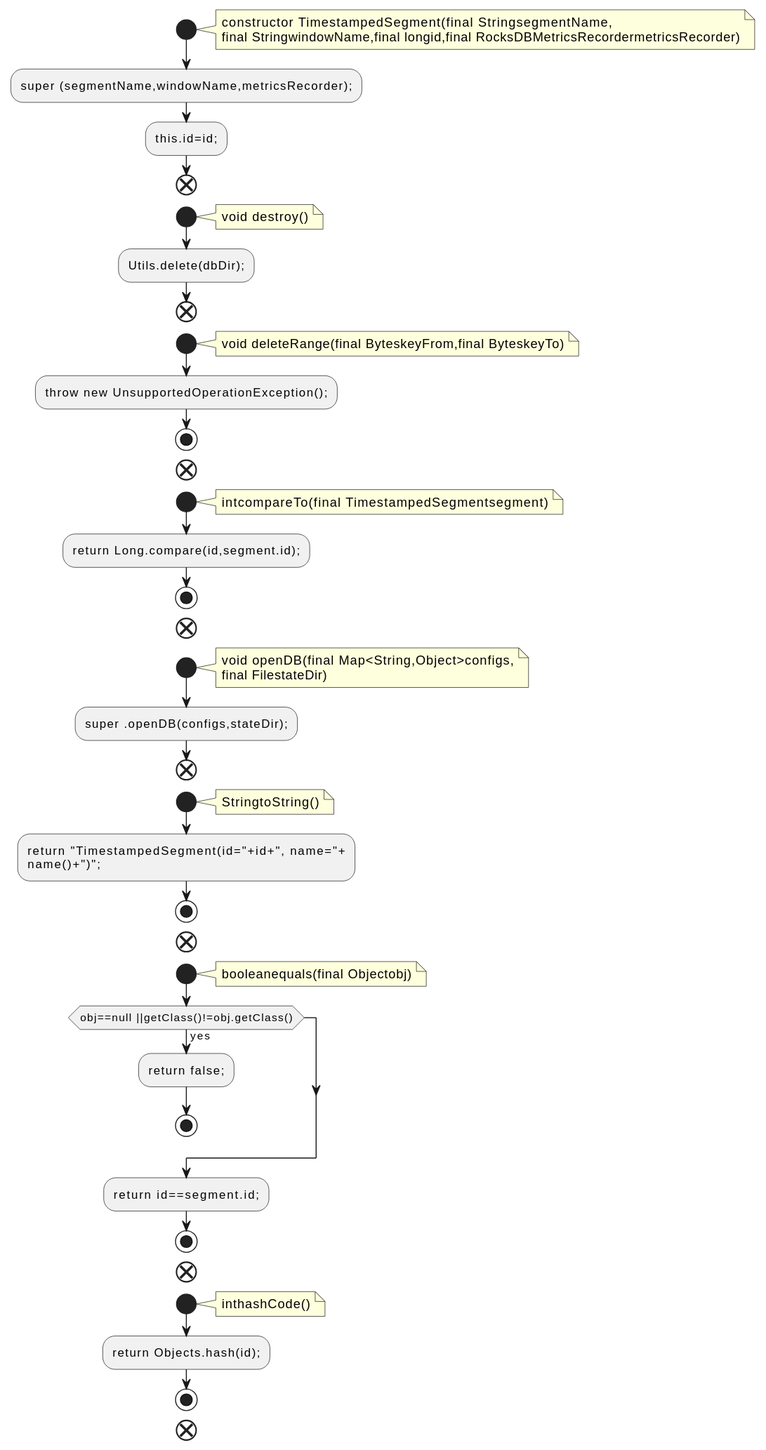
The PlantUML diagram docs/qc/streams/src/main/java/org/apache/kafka/streams/state/internals/TimestampedSegment.java.fct.svg in qualitesys/kafka, before a commit.
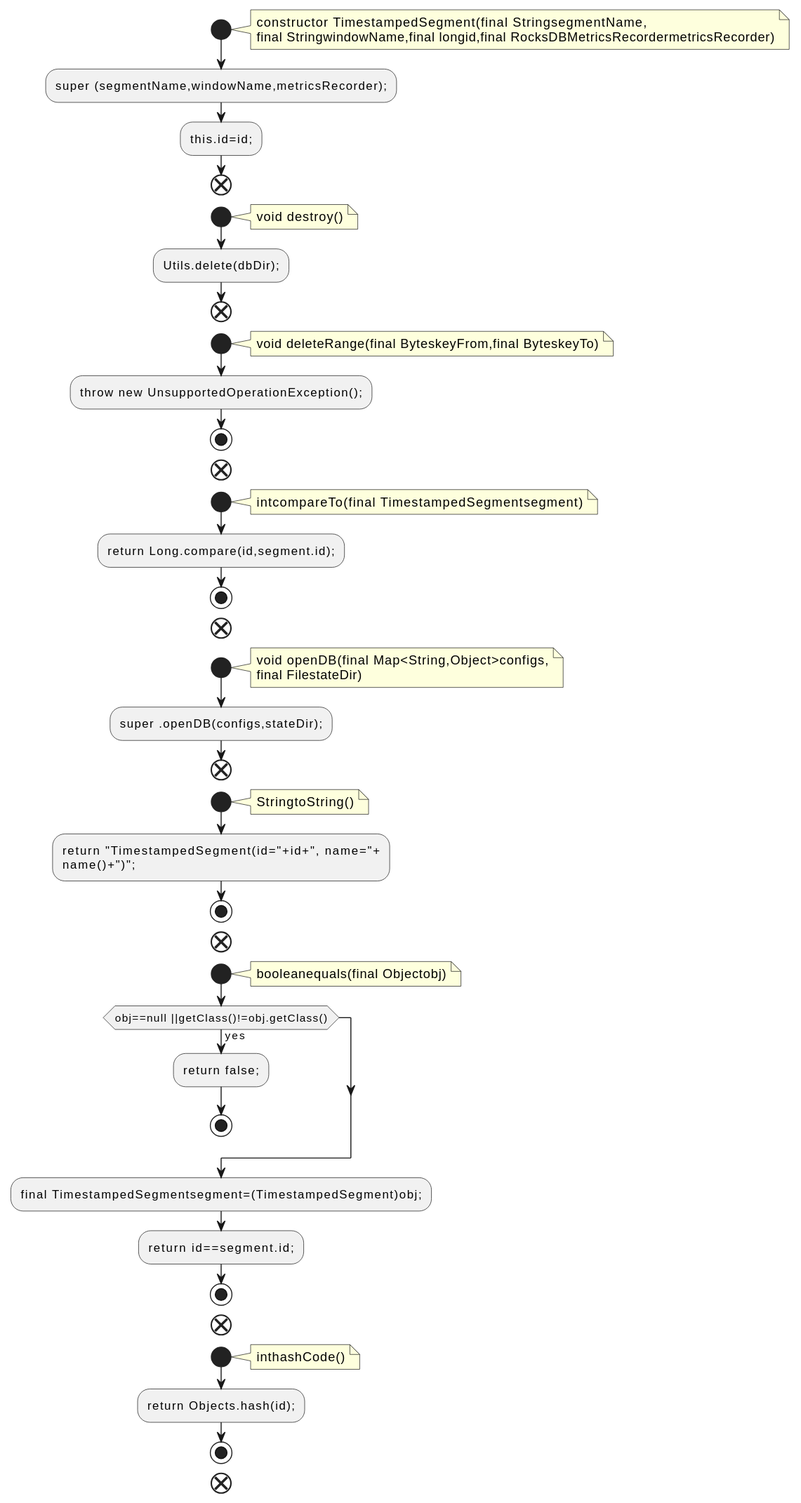
Above is the later version.

The edit, as a diff of the source:
```diff
@@ -51,6 +51,7 @@
 :return false;;
 stop
 endif
+:final TimestampedSegmentsegment=(TimestampedSegment)obj;;
 :return id==segment.id;;
 stop
 end
```
